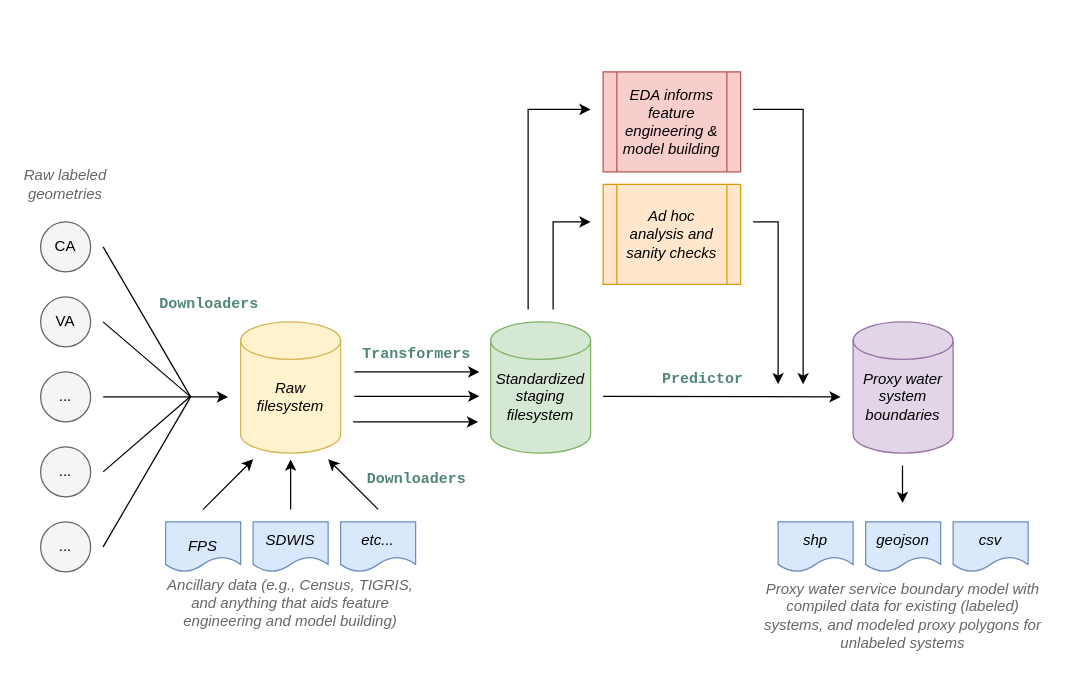
richpauloo/drawio keeps this draw.io diagram as wsb.drawio. Above is the earlier version. Source tidied: cells renumbered, new cells numbered last; positions are measured from the earlier drawing's top-left corner, leaving out a move shared by most shapes. Both pictures are drawn from the tidied source at 125%, with x=0, y=0 at pixel (21, 71).
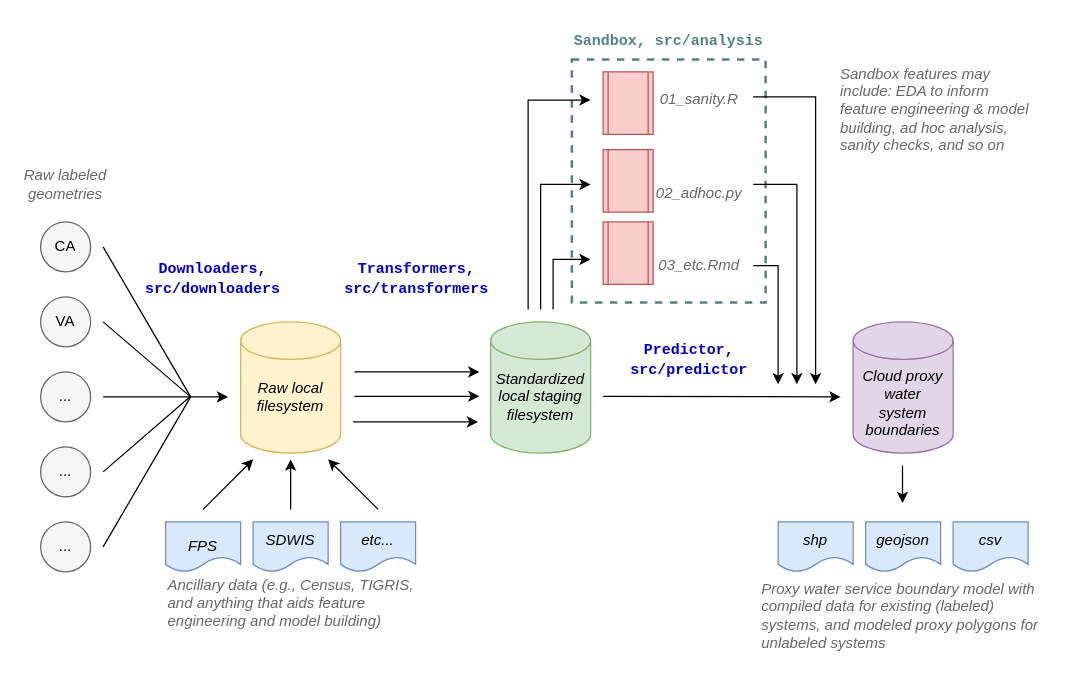
The same diagram, later.

Change to the diagram source:
```diff
@@
+    <mxCell id="59" style="rounded=0;whiteSpace=wrap;html=1;dashed=1;fontFamily=Courier New;fontColor=#666666;strokeWidth=2;fillColor=none;strokeColor=#50857B;" parent="1" vertex="1">
+      <mxGeometry x="440" y="-10" width="155" height="194.4" as="geometry" />
+    </mxCell>
@@
-    <mxCell id="16" value="&lt;b&gt;&lt;font face=&quot;Courier New&quot;&gt;Downloaders&lt;/font&gt;&lt;/b&gt;" style="text;html=1;strokeColor=none;fillColor=none;align=center;verticalAlign=middle;whiteSpace=wrap;rounded=0;fontColor=#50857B;" parent="1" vertex="1">
-      <mxGeometry x="120" y="170" width="60" height="30" as="geometry" />
-    </mxCell>
@@
-    <mxCell id="18" value="&lt;i&gt;Raw&lt;br&gt;filesystem&lt;/i&gt;" style="text;html=1;strokeColor=none;fillColor=none;align=center;verticalAlign=middle;whiteSpace=wrap;rounded=0;" parent="1" vertex="1">
+    <mxCell id="18" value="&lt;i&gt;Raw local&lt;br&gt;filesystem&lt;/i&gt;" style="text;html=1;strokeColor=none;fillColor=none;align=center;verticalAlign=middle;whiteSpace=wrap;rounded=0;" parent="1" vertex="1">
       <mxGeometry x="180" y="245" width="70" height="30" as="geometry" />
     </mxCell>
@@
-    <mxCell id="25" value="&lt;i&gt;Ancillary data (e.g., Census, TIGRIS, and anything that aids feature engineering and model building)&lt;/i&gt;" style="text;html=1;strokeColor=none;fillColor=none;align=center;verticalAlign=middle;whiteSpace=wrap;rounded=0;fontColor=#666666;" parent="1" vertex="1">
+    <mxCell id="25" value="&lt;i&gt;Ancillary data (e.g., Census, TIGRIS, and anything that aids feature engineering and model building)&lt;/i&gt;" style="text;html=1;strokeColor=none;fillColor=none;align=left;verticalAlign=middle;whiteSpace=wrap;rounded=0;fontColor=#666666;" parent="1" vertex="1">
       <mxGeometry x="115" y="410" width="200" height="30" as="geometry" />
     </mxCell>
@@
-    <mxCell id="32" value="&lt;b&gt;&lt;font face=&quot;Courier New&quot;&gt;Transformers&lt;/font&gt;&lt;/b&gt;" style="text;html=1;strokeColor=none;fillColor=none;align=center;verticalAlign=middle;whiteSpace=wrap;rounded=0;fontColor=#50857B;" parent="1" vertex="1">
-      <mxGeometry x="286" y="210" width="60" height="30" as="geometry" />
+    <mxCell id="32" value="&lt;b&gt;&lt;font face=&quot;Courier New&quot;&gt;Transformers,&lt;br&gt;src/transformers&lt;br&gt;&lt;/font&gt;&lt;/b&gt;" style="text;html=1;strokeColor=none;fillColor=none;align=center;verticalAlign=middle;whiteSpace=wrap;rounded=0;fontColor=#0000CC;" parent="1" vertex="1">
+      <mxGeometry x="286" y="150" width="60" height="30" as="geometry" />
     </mxCell>
@@
-    <mxCell id="34" value="&lt;i&gt;Standardized&lt;br&gt;staging filesystem&lt;/i&gt;" style="text;html=1;strokeColor=none;fillColor=none;align=center;verticalAlign=middle;whiteSpace=wrap;rounded=0;" parent="1" vertex="1">
+    <mxCell id="34" value="&lt;i&gt;Standardized&lt;br&gt;local staging filesystem&lt;/i&gt;" style="text;html=1;strokeColor=none;fillColor=none;align=center;verticalAlign=middle;whiteSpace=wrap;rounded=0;" parent="1" vertex="1">
       <mxGeometry x="380" y="245" width="70" height="30" as="geometry" />
     </mxCell>
     <mxCell id="35" style="endArrow=classic;html=1;rounded=0;" parent="1" edge="1">
       <mxGeometry relative="1" as="geometry">
         <mxPoint x="425" y="190" as="sourcePoint" />
-        <mxPoint x="455" y="120" as="targetPoint" />
+        <mxPoint x="455" y="150" as="targetPoint" />
         <Array as="points">
-          <mxPoint x="425" y="120" />
+          <mxPoint x="425" y="150" />
         </Array>
       </mxGeometry>
     </mxCell>
-    <mxCell id="36" style="shape=process;whiteSpace=wrap;html=1;backgroundOutline=1;fontFamily=Courier New;fillColor=#ffe6cc;strokeColor=#d79b00;" parent="1" vertex="1">
-      <mxGeometry x="465" y="90" width="110" height="80" as="geometry" />
-    </mxCell>
-    <mxCell id="37" value="&lt;i&gt;Ad hoc analysis and sanity checks&lt;/i&gt;" style="text;html=1;strokeColor=none;fillColor=none;align=center;verticalAlign=middle;whiteSpace=wrap;rounded=0;" parent="1" vertex="1">
-      <mxGeometry x="480" y="115" width="80" height="30" as="geometry" />
-    </mxCell>
     <mxCell id="38" style="endArrow=classic;html=1;rounded=0;" parent="1" edge="1">
       <mxGeometry relative="1" as="geometry">
         <mxPoint x="405" y="190" as="sourcePoint" />
-        <mxPoint x="455" y="30" as="targetPoint" />
+        <mxPoint x="455" y="22.5" as="targetPoint" />
         <Array as="points">
-          <mxPoint x="405" y="30" />
+          <mxPoint x="405" y="22.5" />
         </Array>
       </mxGeometry>
     </mxCell>
     <mxCell id="39" style="shape=process;whiteSpace=wrap;html=1;backgroundOutline=1;fontFamily=Courier New;fillColor=#f8cecc;strokeColor=#b85450;" parent="1" vertex="1">
-      <mxGeometry x="465" width="110" height="80" as="geometry" />
+      <mxGeometry x="465" width="40" height="50" as="geometry" />
     </mxCell>
-    <mxCell id="40" value="&lt;i&gt;EDA informs feature engineering &amp;amp; model building&lt;/i&gt;" style="text;html=1;strokeColor=none;fillColor=none;align=center;verticalAlign=middle;whiteSpace=wrap;rounded=0;" parent="1" vertex="1">
-      <mxGeometry x="476.2" y="27.5" width="87.5" height="25" as="geometry" />
+    <mxCell id="40" value="&lt;i&gt;&lt;font color=&quot;#666666&quot;&gt;Sandbox features may include: EDA to inform feature engineering &amp;amp; model building,&amp;nbsp;&lt;/font&gt;&lt;/i&gt;&lt;i&gt;&lt;font color=&quot;#666666&quot;&gt;ad hoc analysis, sanity checks, and so on&lt;/font&gt;&lt;/i&gt;" style="text;html=1;strokeColor=none;fillColor=none;align=left;verticalAlign=middle;whiteSpace=wrap;rounded=0;" parent="1" vertex="1">
+      <mxGeometry x="652.5" y="-30" width="152.5" height="120" as="geometry" />
     </mxCell>
@@
-    <mxCell id="42" value="&lt;b&gt;&lt;font face=&quot;Courier New&quot;&gt;Predictor&lt;/font&gt;&lt;/b&gt;" style="text;html=1;strokeColor=none;fillColor=none;align=center;verticalAlign=middle;whiteSpace=wrap;rounded=0;fontColor=#50857B;" parent="1" vertex="1">
-      <mxGeometry x="515" y="230" width="60" height="30" as="geometry" />
+    <mxCell id="42" value="&lt;b&gt;&lt;font face=&quot;Courier New&quot;&gt;Predictor,&lt;br&gt;src/predictor&lt;br&gt;&lt;/font&gt;&lt;/b&gt;" style="text;html=1;strokeColor=none;fillColor=none;align=center;verticalAlign=middle;whiteSpace=wrap;rounded=0;fontColor=#0000CC;" parent="1" vertex="1">
+      <mxGeometry x="503.8" y="215" width="60" height="30" as="geometry" />
     </mxCell>
@@
-    <mxCell id="44" value="&lt;i&gt;Proxy water system boundaries&lt;/i&gt;" style="text;html=1;strokeColor=none;fillColor=none;align=center;verticalAlign=middle;whiteSpace=wrap;rounded=0;" parent="1" vertex="1">
-      <mxGeometry x="670" y="245" width="70" height="30" as="geometry" />
+    <mxCell id="44" value="&lt;i&gt;Cloud proxy water system boundaries&lt;/i&gt;" style="text;html=1;strokeColor=none;fillColor=none;align=center;verticalAlign=middle;whiteSpace=wrap;rounded=0;" parent="1" vertex="1">
+      <mxGeometry x="670" y="250" width="70" height="30" as="geometry" />
     </mxCell>
     <mxCell id="45" style="endArrow=classic;html=1;rounded=0;" parent="1" edge="1">
       <mxGeometry relative="1" as="geometry">
-        <mxPoint x="585" y="30" as="sourcePoint" />
-        <mxPoint x="625" y="250" as="targetPoint" />
+        <mxPoint x="585" y="20" as="sourcePoint" />
+        <mxPoint x="635" y="250" as="targetPoint" />
         <Array as="points">
-          <mxPoint x="625" y="30" />
+          <mxPoint x="635" y="20" />
         </Array>
       </mxGeometry>
     </mxCell>
     <mxCell id="46" style="endArrow=classic;html=1;rounded=0;" parent="1" edge="1">
       <mxGeometry relative="1" as="geometry">
-        <mxPoint x="585" y="120" as="sourcePoint" />
+        <mxPoint x="585" y="155" as="sourcePoint" />
         <mxPoint x="605" y="250" as="targetPoint" />
         <Array as="points">
-          <mxPoint x="605" y="120" />
+          <mxPoint x="605" y="155" />
         </Array>
       </mxGeometry>
     </mxCell>
@@
-    <mxCell id="51" value="&lt;i&gt;Proxy water service boundary model with compiled data for existing (labeled) systems, and modeled proxy polygons for unlabeled systems&lt;/i&gt;" style="text;html=1;strokeColor=none;fillColor=none;align=center;verticalAlign=middle;whiteSpace=wrap;rounded=0;fontColor=#666666;" parent="1" vertex="1">
+    <mxCell id="51" value="&lt;i&gt;Proxy water service boundary model with compiled data for existing (labeled) systems, and modeled proxy polygons for unlabeled systems&lt;/i&gt;" style="text;html=1;strokeColor=none;fillColor=none;align=left;verticalAlign=middle;whiteSpace=wrap;rounded=0;fontColor=#666666;" parent="1" vertex="1">
       <mxGeometry x="590" y="420" width="230" height="30" as="geometry" />
     </mxCell>
@@
-    <mxCell id="55" value="&lt;b&gt;&lt;font face=&quot;Courier New&quot;&gt;Downloaders&lt;/font&gt;&lt;/b&gt;" style="text;html=1;strokeColor=none;fillColor=none;align=center;verticalAlign=middle;whiteSpace=wrap;rounded=0;fontColor=#50857B;" parent="1" vertex="1">
-      <mxGeometry x="286" y="310" width="60" height="30" as="geometry" />
-    </mxCell>
@@
+    <mxCell id="60" value="&lt;b&gt;&lt;font face=&quot;Courier New&quot;&gt;Sandbox, src/analysis&lt;/font&gt;&lt;/b&gt;" style="text;html=1;strokeColor=none;fillColor=none;align=left;verticalAlign=middle;whiteSpace=wrap;rounded=0;fontColor=#50857B;" parent="1" vertex="1">
+      <mxGeometry x="440" y="-40" width="175" height="30" as="geometry" />
+    </mxCell>
+    <mxCell id="16" value="&lt;b&gt;&lt;font face=&quot;Courier New&quot;&gt;Downloaders,&lt;br&gt;src/downloaders&lt;br&gt;&lt;/font&gt;&lt;/b&gt;" style="text;html=1;strokeColor=none;fillColor=default;align=center;verticalAlign=middle;whiteSpace=wrap;rounded=0;fontColor=#0000CC;" parent="1" vertex="1">
+      <mxGeometry x="97.5" y="145" width="110" height="40" as="geometry" />
+    </mxCell>
+    <mxCell id="61" style="shape=process;whiteSpace=wrap;html=1;backgroundOutline=1;fontFamily=Courier New;fillColor=#f8cecc;strokeColor=#b85450;" parent="1" vertex="1">
+      <mxGeometry x="465" y="62.2" width="40" height="50" as="geometry" />
+    </mxCell>
+    <mxCell id="62" style="shape=process;whiteSpace=wrap;html=1;backgroundOutline=1;fontFamily=Courier New;fillColor=#f8cecc;strokeColor=#b85450;" parent="1" vertex="1">
+      <mxGeometry x="465" y="120" width="40" height="50" as="geometry" />
+    </mxCell>
+    <mxCell id="63" style="endArrow=classic;html=1;rounded=0;" parent="1" edge="1">
+      <mxGeometry relative="1" as="geometry">
+        <mxPoint x="415" y="190" as="sourcePoint" />
+        <mxPoint x="455" y="90" as="targetPoint" />
+        <Array as="points">
+          <mxPoint x="415" y="90" />
+        </Array>
+      </mxGeometry>
+    </mxCell>
+    <mxCell id="64" style="endArrow=classic;html=1;rounded=0;" parent="1" edge="1">
+      <mxGeometry relative="1" as="geometry">
+        <mxPoint x="585" y="90" as="sourcePoint" />
+        <mxPoint x="620" y="250" as="targetPoint" />
+        <Array as="points">
+          <mxPoint x="620" y="90" />
+        </Array>
+      </mxGeometry>
+    </mxCell>
+    <mxCell id="65" value="&lt;i&gt;01_sanity.R&lt;/i&gt;" style="text;html=1;strokeColor=none;fillColor=none;align=center;verticalAlign=middle;whiteSpace=wrap;rounded=0;fontColor=#666666;" parent="1" vertex="1">
+      <mxGeometry x="507" y="7" width="70" height="30" as="geometry" />
+    </mxCell>
+    <mxCell id="66" value="&lt;i&gt;03_etc.Rmd&lt;/i&gt;" style="text;html=1;strokeColor=none;fillColor=none;align=center;verticalAlign=middle;whiteSpace=wrap;rounded=0;fontColor=#666666;" parent="1" vertex="1">
+      <mxGeometry x="507" y="140" width="70" height="30" as="geometry" />
+    </mxCell>
+    <mxCell id="67" value="&lt;i&gt;02_adhoc.py&lt;/i&gt;" style="text;html=1;strokeColor=none;fillColor=none;align=center;verticalAlign=middle;whiteSpace=wrap;rounded=0;fontColor=#666666;" parent="1" vertex="1">
+      <mxGeometry x="507" y="82.2" width="70" height="30" as="geometry" />
+    </mxCell>
```
